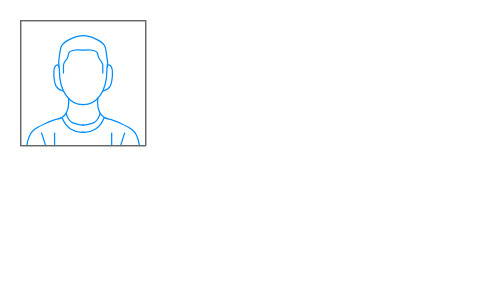
Before: Untitled Diagram.drawio in qinyuLT/Amadeus, a draw.io diagram. Source tidied: cells renumbered, new cells numbered last; positions are measured from the earlier drawing's top-left corner, leaving out a move shared by most shapes. Both pictures are drawn from the tidied source at 125%, with x=0, y=0 at pixel (20, 20).
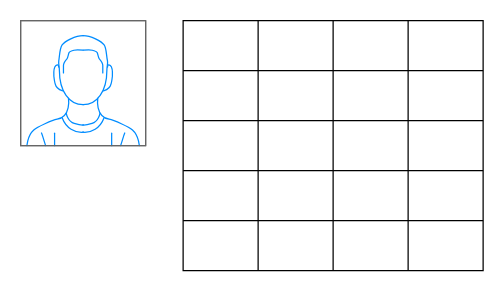
The same page after the edit.

The edit, as a diff of the source:
```diff
@@
+    <mxCell id="3" style="shape=table;html=1;whiteSpace=wrap;startSize=0;childLayout=tableLayout;" parent="1" vertex="1">
+      <mxGeometry x="130" width="240" height="200" as="geometry" />
+    </mxCell>
+    <mxCell id="4" style="shape=partialRectangle;html=1;whiteSpace=wrap;fillColor=none;top=0;left=0;bottom=0;right=0;" parent="3" vertex="1">
+      <mxGeometry width="240" height="40" as="geometry" />
+    </mxCell>
+    <mxCell id="5" style="shape=partialRectangle;html=1;whiteSpace=wrap;overflow=hidden;fillColor=none;top=0;left=0;bottom=0;right=0;" parent="4" vertex="1">
+      <mxGeometry width="60" height="40" as="geometry" />
+    </mxCell>
+    <mxCell id="6" style="shape=partialRectangle;html=1;whiteSpace=wrap;overflow=hidden;fillColor=none;top=0;left=0;bottom=0;right=0;" parent="4" vertex="1">
+      <mxGeometry x="60" width="60" height="40" as="geometry" />
+    </mxCell>
+    <mxCell id="7" style="shape=partialRectangle;html=1;whiteSpace=wrap;overflow=hidden;fillColor=none;top=0;left=0;bottom=0;right=0;" parent="4" vertex="1">
+      <mxGeometry x="120" width="60" height="40" as="geometry" />
+    </mxCell>
+    <mxCell id="8" style="shape=partialRectangle;html=1;whiteSpace=wrap;overflow=hidden;fillColor=none;top=0;left=0;bottom=0;right=0;" parent="4" vertex="1">
+      <mxGeometry x="180" width="60" height="40" as="geometry" />
+    </mxCell>
+    <mxCell id="9" style="shape=partialRectangle;html=1;whiteSpace=wrap;fillColor=none;top=0;left=0;bottom=0;right=0;" parent="3" vertex="1">
+      <mxGeometry y="40" width="240" height="40" as="geometry" />
+    </mxCell>
+    <mxCell id="10" style="shape=partialRectangle;html=1;whiteSpace=wrap;overflow=hidden;fillColor=none;top=0;left=0;bottom=0;right=0;" parent="9" vertex="1">
+      <mxGeometry width="60" height="40" as="geometry" />
+    </mxCell>
+    <mxCell id="11" style="shape=partialRectangle;html=1;whiteSpace=wrap;overflow=hidden;fillColor=none;top=0;left=0;bottom=0;right=0;" parent="9" vertex="1">
+      <mxGeometry x="60" width="60" height="40" as="geometry" />
+    </mxCell>
+    <mxCell id="12" style="shape=partialRectangle;html=1;whiteSpace=wrap;overflow=hidden;fillColor=none;top=0;left=0;bottom=0;right=0;" parent="9" vertex="1">
+      <mxGeometry x="120" width="60" height="40" as="geometry" />
+    </mxCell>
+    <mxCell id="13" style="shape=partialRectangle;html=1;whiteSpace=wrap;overflow=hidden;fillColor=none;top=0;left=0;bottom=0;right=0;" parent="9" vertex="1">
+      <mxGeometry x="180" width="60" height="40" as="geometry" />
+    </mxCell>
+    <mxCell id="14" style="shape=partialRectangle;html=1;whiteSpace=wrap;fillColor=none;top=0;left=0;bottom=0;right=0;" parent="3" vertex="1">
+      <mxGeometry y="80" width="240" height="40" as="geometry" />
+    </mxCell>
+    <mxCell id="15" style="shape=partialRectangle;html=1;whiteSpace=wrap;overflow=hidden;fillColor=none;top=0;left=0;bottom=0;right=0;" parent="14" vertex="1">
+      <mxGeometry width="60" height="40" as="geometry" />
+    </mxCell>
+    <mxCell id="16" style="shape=partialRectangle;html=1;whiteSpace=wrap;overflow=hidden;fillColor=none;top=0;left=0;bottom=0;right=0;" parent="14" vertex="1">
+      <mxGeometry x="60" width="60" height="40" as="geometry" />
+    </mxCell>
+    <mxCell id="17" style="shape=partialRectangle;html=1;whiteSpace=wrap;overflow=hidden;fillColor=none;top=0;left=0;bottom=0;right=0;" parent="14" vertex="1">
+      <mxGeometry x="120" width="60" height="40" as="geometry" />
+    </mxCell>
+    <mxCell id="18" style="shape=partialRectangle;html=1;whiteSpace=wrap;overflow=hidden;fillColor=none;top=0;left=0;bottom=0;right=0;" parent="14" vertex="1">
+      <mxGeometry x="180" width="60" height="40" as="geometry" />
+    </mxCell>
+    <mxCell id="19" style="shape=partialRectangle;html=1;whiteSpace=wrap;fillColor=none;top=0;left=0;bottom=0;right=0;" parent="3" vertex="1">
+      <mxGeometry y="120" width="240" height="40" as="geometry" />
+    </mxCell>
+    <mxCell id="20" style="shape=partialRectangle;html=1;whiteSpace=wrap;overflow=hidden;fillColor=none;top=0;left=0;bottom=0;right=0;" parent="19" vertex="1">
+      <mxGeometry width="60" height="40" as="geometry" />
+    </mxCell>
+    <mxCell id="21" style="shape=partialRectangle;html=1;whiteSpace=wrap;overflow=hidden;fillColor=none;top=0;left=0;bottom=0;right=0;" parent="19" vertex="1">
+      <mxGeometry x="60" width="60" height="40" as="geometry" />
+    </mxCell>
+    <mxCell id="22" style="shape=partialRectangle;html=1;whiteSpace=wrap;overflow=hidden;fillColor=none;top=0;left=0;bottom=0;right=0;" parent="19" vertex="1">
+      <mxGeometry x="120" width="60" height="40" as="geometry" />
+    </mxCell>
+    <mxCell id="23" style="shape=partialRectangle;html=1;whiteSpace=wrap;overflow=hidden;fillColor=none;top=0;left=0;bottom=0;right=0;" parent="19" vertex="1">
+      <mxGeometry x="180" width="60" height="40" as="geometry" />
+    </mxCell>
+    <mxCell id="24" style="shape=partialRectangle;html=1;whiteSpace=wrap;fillColor=none;top=0;left=0;bottom=0;right=0;" parent="3" vertex="1">
+      <mxGeometry y="160" width="240" height="40" as="geometry" />
+    </mxCell>
+    <mxCell id="25" style="shape=partialRectangle;html=1;whiteSpace=wrap;overflow=hidden;fillColor=none;top=0;left=0;bottom=0;right=0;" parent="24" vertex="1">
+      <mxGeometry width="60" height="40" as="geometry" />
+    </mxCell>
+    <mxCell id="26" style="shape=partialRectangle;html=1;whiteSpace=wrap;overflow=hidden;fillColor=none;top=0;left=0;bottom=0;right=0;" parent="24" vertex="1">
+      <mxGeometry x="60" width="60" height="40" as="geometry" />
+    </mxCell>
+    <mxCell id="27" style="shape=partialRectangle;html=1;whiteSpace=wrap;overflow=hidden;fillColor=none;top=0;left=0;bottom=0;right=0;" parent="24" vertex="1">
+      <mxGeometry x="120" width="60" height="40" as="geometry" />
+    </mxCell>
+    <mxCell id="28" style="shape=partialRectangle;html=1;whiteSpace=wrap;overflow=hidden;fillColor=none;top=0;left=0;bottom=0;right=0;" parent="24" vertex="1">
+      <mxGeometry x="180" width="60" height="40" as="geometry" />
+    </mxCell>
```
